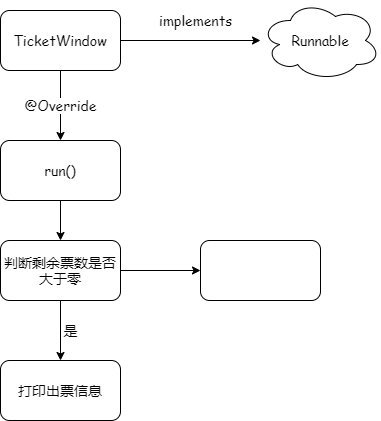
gjwhhhh/Experiments-pictures-for-Java keeps this draw.io diagram as pictures/实验二02.png. Above is the earlier version. Source tidied: cells renumbered, new cells last; positions are measured from the earlier drawing's top-left corner, leaving out a move shared by most shapes.
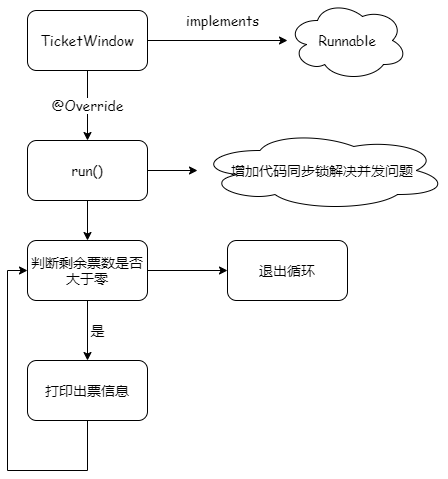
After the commit.

Commit message:
更新实验二02.png

Change to the diagram source:
```diff
@@ -20,6 +20,9 @@
     <mxCell id="7" style="edgeStyle=orthogonalEdgeStyle;rounded=0;jettySize=auto;html=1;fontFamily=Comic Sans MS;fontSize=14;" parent="1" edge="1" source="8" target="11">
       <mxGeometry relative="1" as="geometry" />
     </mxCell>
+    <mxCell id="15" style="edgeStyle=orthogonalEdgeStyle;rounded=0;jettySize=auto;html=1;" parent="1" edge="1" source="8" target="17">
+      <mxGeometry relative="1" as="geometry" />
+    </mxCell>
     <mxCell id="8" value="run()" style="whiteSpace=wrap;html=1;rounded=1;fontFamily=Comic Sans MS;fontSize=14;" parent="1" vertex="1">
       <mxGeometry y="140" width="120" height="60" as="geometry" />
     </mxCell>
@@ -32,14 +35,26 @@
     <mxCell id="11" value="判断剩余票数是否大于零" style="whiteSpace=wrap;html=1;rounded=1;fontFamily=Comic Sans MS;fontSize=14;" parent="1" vertex="1">
       <mxGeometry y="240" width="120" height="60" as="geometry" />
     </mxCell>
+    <mxCell id="16" style="edgeStyle=orthogonalEdgeStyle;rounded=0;jettySize=auto;html=1;entryX=0;entryY=0.5;entryDx=0;entryDy=0;" parent="1" edge="1" source="12" target="11">
+      <mxGeometry relative="1" as="geometry">
+        <Array as="points">
+          <mxPoint x="60" y="470" />
+          <mxPoint x="-20" y="470" />
+          <mxPoint x="-20" y="270" />
+        </Array>
+      </mxGeometry>
+    </mxCell>
     <mxCell id="12" value="打印出票信息" style="whiteSpace=wrap;html=1;rounded=1;fontFamily=Comic Sans MS;fontSize=14;" parent="1" vertex="1">
       <mxGeometry y="360" width="120" height="60" as="geometry" />
     </mxCell>
     <mxCell id="13" value="是" style="text;html=1;align=center;verticalAlign=middle;fontSize=14;fontFamily=Comic Sans MS;" parent="1" vertex="1">
       <mxGeometry x="55" y="320" width="30" height="20" as="geometry" />
     </mxCell>
-    <mxCell id="14" style="whiteSpace=wrap;html=1;rounded=1;fontFamily=Comic Sans MS;fontSize=14;" parent="1" vertex="1">
+    <mxCell id="14" value="退出循环" style="whiteSpace=wrap;html=1;rounded=1;fontFamily=Comic Sans MS;fontSize=14;" parent="1" vertex="1">
       <mxGeometry x="200" y="240" width="120" height="60" as="geometry" />
     </mxCell>
+    <mxCell id="17" value="增加代码同步锁解决并发问题" style="ellipse;shape=cloud;whiteSpace=wrap;html=1;rounded=1;fontFamily=Comic Sans MS;fontSize=14;" parent="1" vertex="1">
+      <mxGeometry x="170" y="130" width="250" height="80" as="geometry" />
+    </mxCell>
   </root>
 </mxGraphModel>
```
